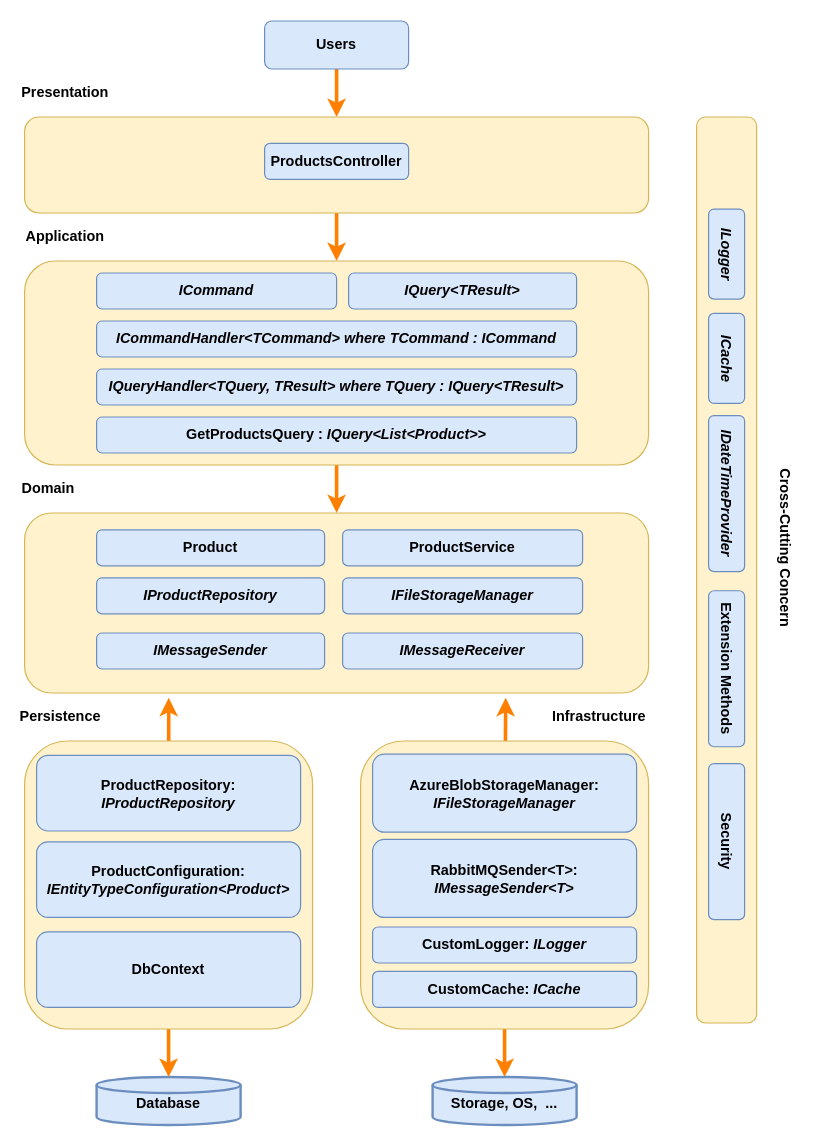
The draw.io diagram docs/layer-examples.drawio in phongnguyend/Practical.CleanArchitecture, before the edit. Source tidied: cells renumbered, new cells numbered last; positions are measured from the earlier drawing's top-left corner, leaving out a move shared by most shapes. Both pictures are drawn from the tidied source at 120%, with x=0, y=0 at pixel (24, 20).
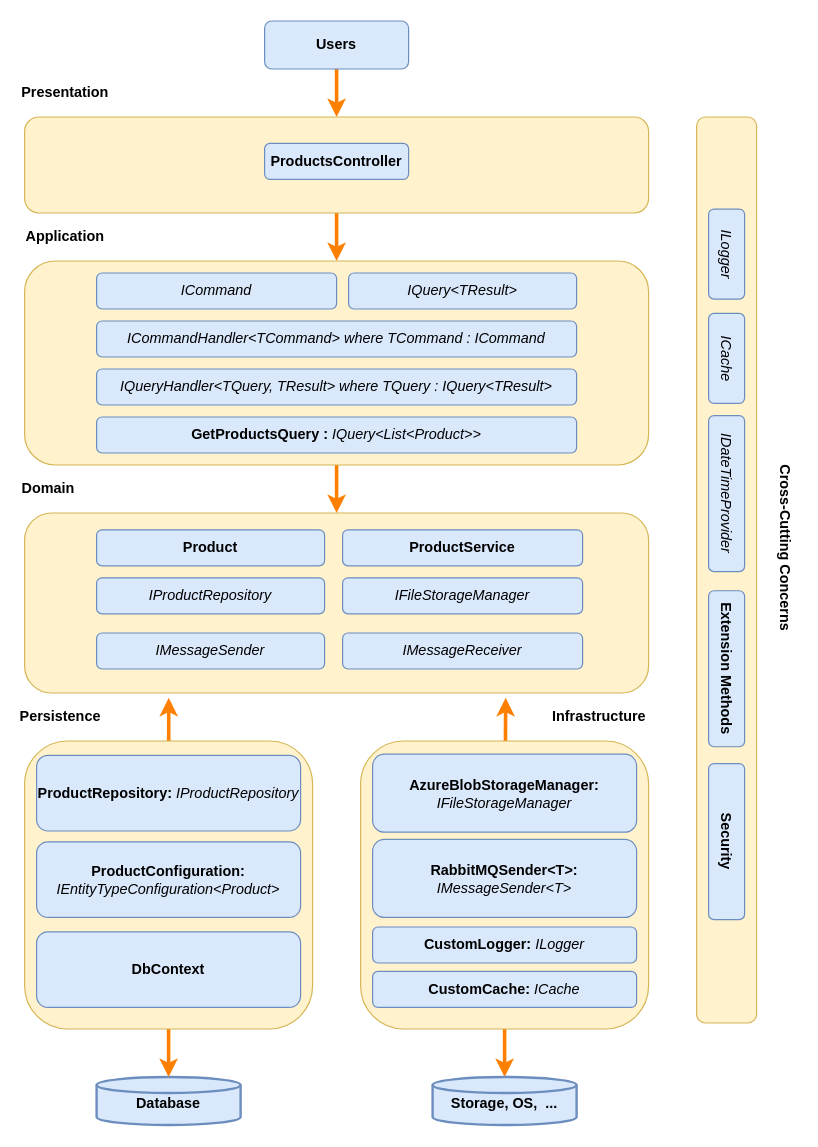
Above is the later version.

Diff of the diagram source:
```diff
@@
-    <mxCell id="19" value="ICommand" style="rounded=1;whiteSpace=wrap;html=1;fillColor=#dae8fc;align=center;strokeColor=#6c8ebf;fontStyle=3;" parent="1" vertex="1">
+    <mxCell id="19" value="ICommand" style="rounded=1;whiteSpace=wrap;html=1;fillColor=#dae8fc;align=center;strokeColor=#6c8ebf;fontStyle=2;" parent="1" vertex="1">
       <mxGeometry x="60" y="210" width="200" height="30" as="geometry" />
     </mxCell>
-    <mxCell id="20" value="IQuery&amp;lt;TResult&amp;gt;" style="rounded=1;whiteSpace=wrap;html=1;fillColor=#dae8fc;align=center;strokeColor=#6c8ebf;fontStyle=3;" parent="1" vertex="1">
+    <mxCell id="20" value="IQuery&amp;lt;TResult&amp;gt;" style="rounded=1;whiteSpace=wrap;html=1;fillColor=#dae8fc;align=center;strokeColor=#6c8ebf;fontStyle=2;" parent="1" vertex="1">
       <mxGeometry x="270" y="210" width="190" height="30" as="geometry" />
     </mxCell>
-    <mxCell id="21" value="GetProductsQuery : &lt;i&gt;IQuery&amp;lt;List&amp;lt;Product&amp;gt;&amp;gt;&lt;/i&gt;" style="rounded=1;whiteSpace=wrap;html=1;fillColor=#dae8fc;align=center;strokeColor=#6c8ebf;fontStyle=1;" parent="1" vertex="1">
+    <mxCell id="21" value="GetProductsQuery : &lt;i style=&quot;font-weight: normal&quot;&gt;IQuery&amp;lt;List&amp;lt;Product&amp;gt;&amp;gt;&lt;/i&gt;" style="rounded=1;whiteSpace=wrap;html=1;fillColor=#dae8fc;align=center;strokeColor=#6c8ebf;fontStyle=1;" parent="1" vertex="1">
       <mxGeometry x="60" y="330" width="400" height="30" as="geometry" />
     </mxCell>
-    <mxCell id="22" value="&lt;div&gt;ICommandHandler&amp;lt;TCommand&amp;gt;&amp;nbsp;&lt;span&gt;where TCommand : ICommand&lt;/span&gt;&lt;/div&gt;" style="rounded=1;whiteSpace=wrap;html=1;fillColor=#dae8fc;align=center;strokeColor=#6c8ebf;fontStyle=3;" parent="1" vertex="1">
+    <mxCell id="22" value="&lt;div&gt;ICommandHandler&amp;lt;TCommand&amp;gt;&amp;nbsp;&lt;span&gt;where TCommand : ICommand&lt;/span&gt;&lt;/div&gt;" style="rounded=1;whiteSpace=wrap;html=1;fillColor=#dae8fc;align=center;strokeColor=#6c8ebf;fontStyle=2;" parent="1" vertex="1">
       <mxGeometry x="60" y="250" width="400" height="30" as="geometry" />
     </mxCell>
-    <mxCell id="23" value="&lt;div&gt;IQueryHandler&amp;lt;TQuery, TResult&amp;gt;&amp;nbsp;&lt;span&gt;where TQuery : IQuery&amp;lt;TResult&amp;gt;&lt;/span&gt;&lt;/div&gt;" style="rounded=1;whiteSpace=wrap;html=1;fillColor=#dae8fc;align=center;strokeColor=#6c8ebf;fontStyle=3;" parent="1" vertex="1">
+    <mxCell id="23" value="&lt;div&gt;IQueryHandler&amp;lt;TQuery, TResult&amp;gt;&amp;nbsp;&lt;span&gt;where TQuery : IQuery&amp;lt;TResult&amp;gt;&lt;/span&gt;&lt;/div&gt;" style="rounded=1;whiteSpace=wrap;html=1;fillColor=#dae8fc;align=center;strokeColor=#6c8ebf;fontStyle=2;" parent="1" vertex="1">
       <mxGeometry x="60" y="290" width="400" height="30" as="geometry" />
     </mxCell>
@@
-    <mxCell id="26" value="IProductRepository" style="rounded=1;whiteSpace=wrap;html=1;fillColor=#dae8fc;align=center;strokeColor=#6c8ebf;fontStyle=3;" parent="1" vertex="1">
+    <mxCell id="26" value="IProductRepository" style="rounded=1;whiteSpace=wrap;html=1;fillColor=#dae8fc;align=center;strokeColor=#6c8ebf;fontStyle=2;" parent="1" vertex="1">
       <mxGeometry x="60" y="464" width="190" height="30" as="geometry" />
     </mxCell>
-    <mxCell id="27" value="IFileStorageManager" style="rounded=1;whiteSpace=wrap;html=1;fillColor=#dae8fc;align=center;strokeColor=#6c8ebf;fontStyle=3;" parent="1" vertex="1">
+    <mxCell id="27" value="IFileStorageManager" style="rounded=1;whiteSpace=wrap;html=1;fillColor=#dae8fc;align=center;strokeColor=#6c8ebf;fontStyle=2;" parent="1" vertex="1">
       <mxGeometry x="265" y="464" width="200" height="30" as="geometry" />
     </mxCell>
-    <mxCell id="28" value="ProductRepository: &lt;i&gt;IProductRepository&lt;/i&gt;" style="rounded=1;whiteSpace=wrap;html=1;fillColor=#dae8fc;align=center;strokeColor=#6c8ebf;fontStyle=1;" parent="1" vertex="1">
+    <mxCell id="28" value="ProductRepository: &lt;i style=&quot;font-weight: normal&quot;&gt;IProductRepository&lt;/i&gt;" style="rounded=1;whiteSpace=wrap;html=1;fillColor=#dae8fc;align=center;strokeColor=#6c8ebf;fontStyle=1;" parent="1" vertex="1">
       <mxGeometry x="10" y="612" width="220" height="63" as="geometry" />
     </mxCell>
-    <mxCell id="29" value="AzureBlobStorageManager: &lt;i&gt;IFileStorageManager&lt;/i&gt;" style="rounded=1;whiteSpace=wrap;html=1;fillColor=#dae8fc;align=center;strokeColor=#6c8ebf;fontStyle=1;" parent="1" vertex="1">
+    <mxCell id="29" value="AzureBlobStorageManager: &lt;i style=&quot;font-weight: normal&quot;&gt;IFileStorageManager&lt;/i&gt;" style="rounded=1;whiteSpace=wrap;html=1;fillColor=#dae8fc;align=center;strokeColor=#6c8ebf;fontStyle=1;" parent="1" vertex="1">
       <mxGeometry x="290" y="611" width="220" height="65" as="geometry" />
     </mxCell>
-    <mxCell id="30" value="IMessageSender" style="rounded=1;whiteSpace=wrap;html=1;fillColor=#dae8fc;align=center;strokeColor=#6c8ebf;fontStyle=3;" parent="1" vertex="1">
+    <mxCell id="30" value="IMessageSender" style="rounded=1;whiteSpace=wrap;html=1;fillColor=#dae8fc;align=center;strokeColor=#6c8ebf;fontStyle=2;" parent="1" vertex="1">
       <mxGeometry x="60" y="510" width="190" height="30" as="geometry" />
     </mxCell>
-    <mxCell id="31" value="IMessageReceiver" style="rounded=1;whiteSpace=wrap;html=1;fillColor=#dae8fc;align=center;strokeColor=#6c8ebf;fontStyle=3;" parent="1" vertex="1">
+    <mxCell id="31" value="IMessageReceiver" style="rounded=1;whiteSpace=wrap;html=1;fillColor=#dae8fc;align=center;strokeColor=#6c8ebf;fontStyle=2;" parent="1" vertex="1">
       <mxGeometry x="265" y="510" width="200" height="30" as="geometry" />
     </mxCell>
-    <mxCell id="32" value="RabbitMQSender&amp;lt;T&amp;gt;: &lt;i&gt;IMessageSender&amp;lt;T&amp;gt;&lt;/i&gt;" style="rounded=1;whiteSpace=wrap;html=1;fillColor=#dae8fc;align=center;strokeColor=#6c8ebf;fontStyle=1;" parent="1" vertex="1">
+    <mxCell id="32" value="RabbitMQSender&amp;lt;T&amp;gt;: &lt;i style=&quot;font-weight: normal&quot;&gt;IMessageSender&amp;lt;T&amp;gt;&lt;/i&gt;" style="rounded=1;whiteSpace=wrap;html=1;fillColor=#dae8fc;align=center;strokeColor=#6c8ebf;fontStyle=1;" parent="1" vertex="1">
       <mxGeometry x="290" y="682" width="220" height="65" as="geometry" />
     </mxCell>
-    <mxCell id="33" value="ProductConfiguration: &lt;i&gt;IEntityTypeConfiguration&amp;lt;Product&amp;gt;&lt;/i&gt;" style="rounded=1;whiteSpace=wrap;html=1;fillColor=#dae8fc;align=center;strokeColor=#6c8ebf;fontStyle=1;" parent="1" vertex="1">
+    <mxCell id="33" value="ProductConfiguration: &lt;i style=&quot;font-weight: normal&quot;&gt;IEntityTypeConfiguration&amp;lt;Product&amp;gt;&lt;/i&gt;" style="rounded=1;whiteSpace=wrap;html=1;fillColor=#dae8fc;align=center;strokeColor=#6c8ebf;fontStyle=1;" parent="1" vertex="1">
       <mxGeometry x="10" y="684" width="220" height="63" as="geometry" />
     </mxCell>
-    <mxCell id="34" value="&lt;i&gt;ILogger&lt;/i&gt;" style="rounded=1;whiteSpace=wrap;html=1;fillColor=#dae8fc;align=center;fontStyle=1;strokeColor=#6c8ebf;direction=east;flipH=0;flipV=0;rotation=90;" parent="1" vertex="1">
+    <mxCell id="34" value="&lt;i&gt;ILogger&lt;/i&gt;" style="rounded=1;whiteSpace=wrap;html=1;fillColor=#dae8fc;align=center;fontStyle=0;strokeColor=#6c8ebf;direction=east;flipH=0;flipV=0;rotation=90;" parent="1" vertex="1">
       <mxGeometry x="547.5" y="179.2" width="75" height="30" as="geometry" />
     </mxCell>
-    <mxCell id="35" value="&lt;i&gt;ICache&lt;/i&gt;" style="rounded=1;whiteSpace=wrap;html=1;fillColor=#dae8fc;align=center;fontStyle=1;strokeColor=#6c8ebf;rotation=90;" parent="1" vertex="1">
+    <mxCell id="35" value="&lt;i&gt;ICache&lt;/i&gt;" style="rounded=1;whiteSpace=wrap;html=1;fillColor=#dae8fc;align=center;fontStyle=0;strokeColor=#6c8ebf;rotation=90;" parent="1" vertex="1">
       <mxGeometry x="547.5" y="266.2" width="75" height="30" as="geometry" />
     </mxCell>
-    <mxCell id="36" value="&lt;i&gt;IDateTimeProvider&lt;/i&gt;" style="rounded=1;whiteSpace=wrap;html=1;fillColor=#dae8fc;align=center;fontStyle=1;strokeColor=#6c8ebf;rotation=90;" parent="1" vertex="1">
+    <mxCell id="36" value="&lt;i&gt;IDateTimeProvider&lt;/i&gt;" style="rounded=1;whiteSpace=wrap;html=1;fillColor=#dae8fc;align=center;fontStyle=0;strokeColor=#6c8ebf;rotation=90;" parent="1" vertex="1">
       <mxGeometry x="520" y="378.8" width="130" height="30" as="geometry" />
     </mxCell>
@@
-    <mxCell id="44" value="Cross-Cutting Concern&lt;br&gt;" style="text;html=1;strokeColor=none;fillColor=none;align=center;verticalAlign=middle;whiteSpace=wrap;rounded=0;fontColor=#000000;rotation=90;fontStyle=1;" parent="1" vertex="1">
+    <mxCell id="44" value="Cross-Cutting Concerns" style="text;html=1;strokeColor=none;fillColor=none;align=center;verticalAlign=middle;whiteSpace=wrap;rounded=0;fontColor=#000000;rotation=90;fontStyle=1;" parent="1" vertex="1">
       <mxGeometry x="520" y="429" width="227.5" height="20" as="geometry" />
     </mxCell>
-    <mxCell id="45" value="CustomLogger: &lt;i&gt;ILogger&lt;/i&gt;" style="rounded=1;whiteSpace=wrap;html=1;fillColor=#dae8fc;align=center;strokeColor=#6c8ebf;fontStyle=1;" parent="1" vertex="1">
+    <mxCell id="45" value="CustomLogger: &lt;i style=&quot;font-weight: normal&quot;&gt;ILogger&lt;/i&gt;" style="rounded=1;whiteSpace=wrap;html=1;fillColor=#dae8fc;align=center;strokeColor=#6c8ebf;fontStyle=1;" parent="1" vertex="1">
       <mxGeometry x="290" y="755" width="220" height="30" as="geometry" />
     </mxCell>
@@
-    <mxCell id="47" value="CustomCache: &lt;i&gt;ICache&lt;/i&gt;" style="rounded=1;whiteSpace=wrap;html=1;fillColor=#dae8fc;align=center;strokeColor=#6c8ebf;fontStyle=1;" parent="1" vertex="1">
+    <mxCell id="47" value="CustomCache: &lt;i style=&quot;font-weight: normal&quot;&gt;ICache&lt;/i&gt;" style="rounded=1;whiteSpace=wrap;html=1;fillColor=#dae8fc;align=center;strokeColor=#6c8ebf;fontStyle=1;" parent="1" vertex="1">
       <mxGeometry x="290" y="792" width="220" height="30" as="geometry" />
     </mxCell>
```
